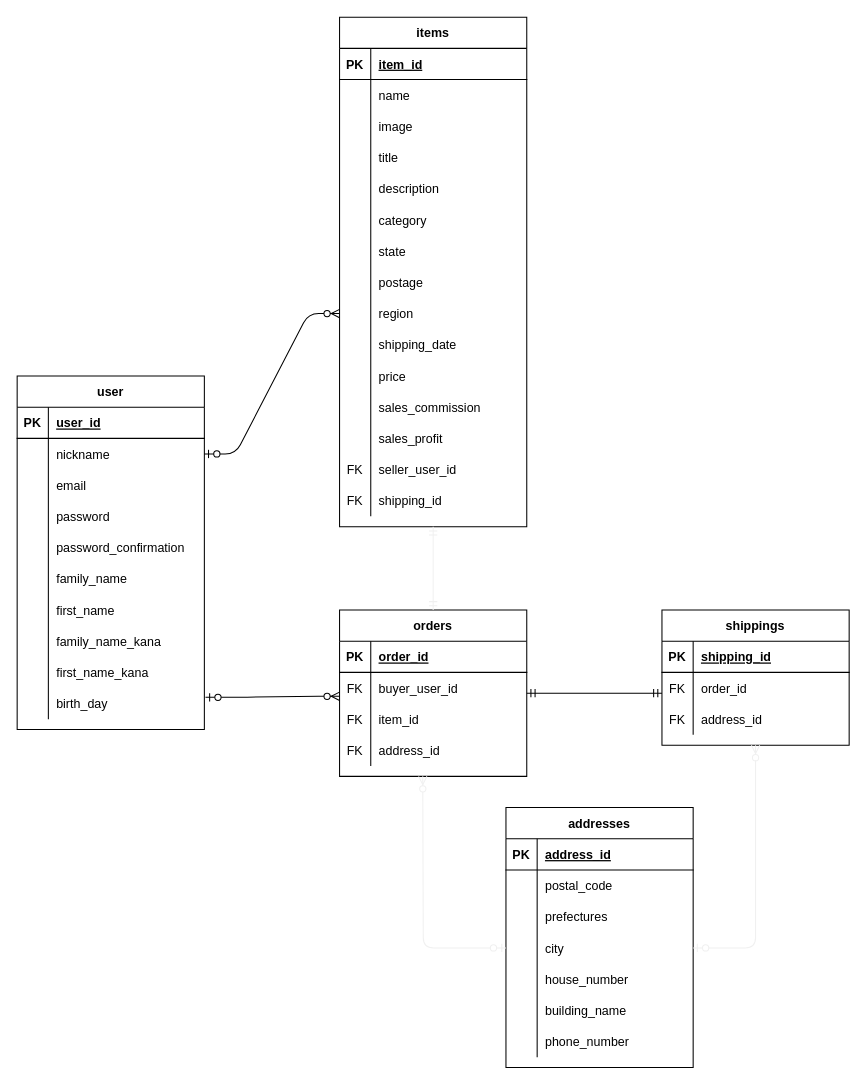
pyontarou/furima-34478 keeps this draw.io diagram as furima-3448.dio. Above is the earlier version. Source tidied: cells renumbered, new cells numbered last; positions are measured from the earlier drawing's top-left corner, leaving out a move shared by most shapes. Both pictures are drawn from the tidied source at 104%, with x=0, y=0 at pixel (17, 17).
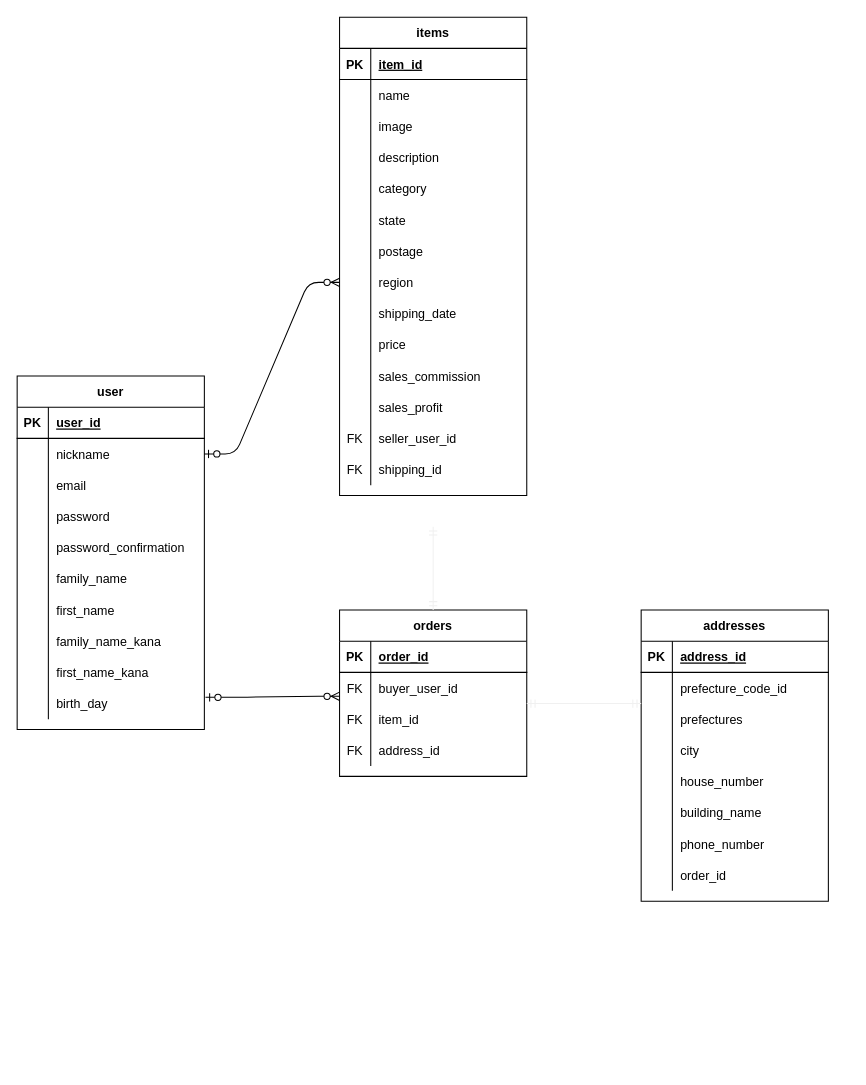
Above is the later version.

Commit message (it also covers changes not shown here):
データベース設計の修正_2

Unchanged cells that the change refers to:
```xml
<mxCell id="110" style="shape=partialRectangle;fillColor=none;top=0;left=0;bottom=0;right=0;" parent="106" vertex="1">
  <mxGeometry y="60" width="180" height="30" as="geometry" />
</mxCell>
<mxCell id="116" style="shape=partialRectangle;fillColor=none;top=0;left=0;bottom=0;right=0;points=[[0,0.5],[1,0.5]];portConstraint=eastwest;" parent="106" vertex="1">
  <mxGeometry y="120" width="180" height="30" as="geometry" />
</mxCell>
```

What changed in the source:
```diff
@@
     <mxCell id="46" value="items" style="shape=table;startSize=30;childLayout=tableLayout;rowLines=0;fontStyle=1;align=center;" parent="1" vertex="1">
-      <mxGeometry x="310" width="180" height="490" as="geometry" />
+      <mxGeometry x="310" width="180" height="460" as="geometry" />
     </mxCell>
@@
-    <mxCell id="56" style="shape=partialRectangle;fillColor=none;top=0;left=0;bottom=0;right=0;" parent="46" vertex="1">
-      <mxGeometry y="120" width="180" height="30" as="geometry" />
-    </mxCell>
-    <mxCell id="57" style="shape=partialRectangle;fillColor=none;top=0;left=0;bottom=0;right=0;overflow=hidden;" parent="56" vertex="1">
-      <mxGeometry width="30" height="30" as="geometry" />
-    </mxCell>
-    <mxCell id="58" value="title" style="shape=partialRectangle;fillColor=none;top=0;left=0;bottom=0;right=0;align=left;spacingLeft=6;overflow=hidden;" parent="56" vertex="1">
-      <mxGeometry x="30" width="150" height="30" as="geometry" />
-    </mxCell>
     <mxCell id="59" style="shape=partialRectangle;fillColor=none;top=0;left=0;bottom=0;right=0;" parent="46" vertex="1">
-      <mxGeometry y="150" width="180" height="30" as="geometry" />
+      <mxGeometry y="120" width="180" height="30" as="geometry" />
     </mxCell>
@@
     <mxCell id="62" style="shape=partialRectangle;fillColor=none;top=0;left=0;bottom=0;right=0;" parent="46" vertex="1">
-      <mxGeometry y="180" width="180" height="30" as="geometry" />
+      <mxGeometry y="150" width="180" height="30" as="geometry" />
     </mxCell>
@@
     <mxCell id="65" style="shape=partialRectangle;fillColor=none;top=0;left=0;bottom=0;right=0;" parent="46" vertex="1">
-      <mxGeometry y="210" width="180" height="30" as="geometry" />
+      <mxGeometry y="180" width="180" height="30" as="geometry" />
     </mxCell>
@@
     <mxCell id="68" style="shape=partialRectangle;fillColor=none;top=0;left=0;bottom=0;right=0;" parent="46" vertex="1">
-      <mxGeometry y="240" width="180" height="30" as="geometry" />
+      <mxGeometry y="210" width="180" height="30" as="geometry" />
     </mxCell>
@@
     <mxCell id="71" style="shape=partialRectangle;fillColor=none;top=0;left=0;bottom=0;right=0;points=[[0,0.5],[1,0.5]];portConstraint=eastwest;" parent="46" vertex="1">
-      <mxGeometry y="270" width="180" height="30" as="geometry" />
+      <mxGeometry y="240" width="180" height="30" as="geometry" />
     </mxCell>
@@
     <mxCell id="74" style="shape=partialRectangle;fillColor=none;top=0;left=0;bottom=0;right=0;" parent="46" vertex="1">
-      <mxGeometry y="300" width="180" height="30" as="geometry" />
+      <mxGeometry y="270" width="180" height="30" as="geometry" />
     </mxCell>
@@
     <mxCell id="77" style="shape=partialRectangle;fillColor=none;top=0;left=0;bottom=0;right=0;" parent="46" vertex="1">
-      <mxGeometry y="330" width="180" height="30" as="geometry" />
+      <mxGeometry y="300" width="180" height="30" as="geometry" />
     </mxCell>
@@
     <mxCell id="80" style="shape=partialRectangle;fillColor=none;top=0;left=0;bottom=0;right=0;" parent="46" vertex="1">
-      <mxGeometry y="360" width="180" height="30" as="geometry" />
+      <mxGeometry y="330" width="180" height="30" as="geometry" />
     </mxCell>
@@
     <mxCell id="83" style="shape=partialRectangle;fillColor=none;top=0;left=0;bottom=0;right=0;" parent="46" vertex="1">
-      <mxGeometry y="390" width="180" height="30" as="geometry" />
+      <mxGeometry y="360" width="180" height="30" as="geometry" />
     </mxCell>
@@
     <mxCell id="86" style="shape=partialRectangle;fillColor=none;top=0;left=0;bottom=0;right=0;" parent="46" vertex="1">
-      <mxGeometry y="420" width="180" height="30" as="geometry" />
+      <mxGeometry y="390" width="180" height="30" as="geometry" />
     </mxCell>
@@
     <mxCell id="89" style="shape=partialRectangle;fillColor=none;top=0;left=0;bottom=0;right=0;" parent="46" vertex="1">
-      <mxGeometry y="450" width="180" height="30" as="geometry" />
+      <mxGeometry y="420" width="180" height="30" as="geometry" />
     </mxCell>
@@
-    <mxCell id="92" value="shippings" style="shape=table;startSize=30;childLayout=tableLayout;rowLines=0;fontStyle=1;align=center;" parent="1" vertex="1">
-      <mxGeometry x="620" y="570" width="180" height="130" as="geometry" />
-    </mxCell>
-    <mxCell id="93" style="shape=partialRectangle;fillColor=none;top=0;left=0;bottom=1;right=0;" parent="92" vertex="1">
-      <mxGeometry y="30" width="180" height="30" as="geometry" />
-    </mxCell>
-    <mxCell id="94" value="PK" style="shape=partialRectangle;fillColor=none;top=0;left=0;bottom=0;right=0;fontStyle=1;overflow=hidden;" parent="93" vertex="1">
-      <mxGeometry width="30" height="30" as="geometry" />
-    </mxCell>
-    <mxCell id="95" value="shipping_id" style="shape=partialRectangle;fillColor=none;top=0;left=0;bottom=0;right=0;align=left;spacingLeft=6;fontStyle=5;overflow=hidden;" parent="93" vertex="1">
-      <mxGeometry x="30" width="150" height="30" as="geometry" />
-    </mxCell>
-    <mxCell id="96" style="shape=partialRectangle;fillColor=none;top=0;left=0;bottom=0;right=0;" parent="92" vertex="1">
-      <mxGeometry y="60" width="180" height="30" as="geometry" />
-    </mxCell>
-    <mxCell id="97" value="FK" style="shape=partialRectangle;fillColor=none;top=0;left=0;bottom=0;right=0;overflow=hidden;" parent="96" vertex="1">
-      <mxGeometry width="30" height="30" as="geometry" />
-    </mxCell>
-    <mxCell id="98" value="order_id" style="shape=partialRectangle;fillColor=none;top=0;left=0;bottom=0;right=0;align=left;spacingLeft=6;overflow=hidden;" parent="96" vertex="1">
-      <mxGeometry x="30" width="150" height="30" as="geometry" />
-    </mxCell>
-    <mxCell id="99" style="shape=partialRectangle;fillColor=none;top=0;left=0;bottom=0;right=0;" parent="92" vertex="1">
-      <mxGeometry y="90" width="180" height="30" as="geometry" />
-    </mxCell>
-    <mxCell id="100" value="FK" style="shape=partialRectangle;fillColor=none;top=0;left=0;bottom=0;right=0;overflow=hidden;" parent="99" vertex="1">
-      <mxGeometry width="30" height="30" as="geometry" />
-    </mxCell>
-    <mxCell id="101" value="address_id" style="shape=partialRectangle;fillColor=none;top=0;left=0;bottom=0;right=0;align=left;spacingLeft=6;overflow=hidden;" parent="99" vertex="1">
-      <mxGeometry x="30" width="150" height="30" as="geometry" />
-    </mxCell>
@@
-    <mxCell id="104" style="edgeStyle=entityRelationEdgeStyle;fontSize=12;html=1;endArrow=ERmandOne;startArrow=ERmandOne;entryX=0;entryY=0.5;entryDx=0;entryDy=0;exitX=1;exitY=0.5;exitDx=0;exitDy=0;" parent="1" edge="1">
-      <mxGeometry relative="1" as="geometry">
-        <mxPoint x="490" y="650" as="sourcePoint" />
-        <mxPoint x="620" y="650" as="targetPoint" />
-      </mxGeometry>
-    </mxCell>
@@
     <mxCell id="106" value="addresses" style="shape=table;startSize=30;childLayout=tableLayout;rowLines=0;fontStyle=1;align=center;" parent="1" vertex="1">
-      <mxGeometry x="470" y="760" width="180" height="250" as="geometry" />
+      <mxGeometry x="600" y="570" width="180" height="280" as="geometry" />
     </mxCell>
@@
-    <mxCell id="112" value="postal_code" style="shape=partialRectangle;fillColor=none;top=0;left=0;bottom=0;right=0;align=left;spacingLeft=6;overflow=hidden;" parent="110" vertex="1">
+    <mxCell id="112" value="prefecture_code_id" style="shape=partialRectangle;fillColor=none;top=0;left=0;bottom=0;right=0;align=left;spacingLeft=6;overflow=hidden;" parent="110" vertex="1">
       <mxGeometry x="30" width="150" height="30" as="geometry" />
     </mxCell>
@@
-    <mxCell id="128" style="edgeStyle=orthogonalEdgeStyle;fontSize=12;html=1;endArrow=ERzeroToMany;startArrow=ERzeroToOne;strokeColor=#f0f0f0;" parent="1" edge="1" source="116">
-      <mxGeometry relative="1" as="geometry">
-        <mxPoint x="390" y="730" as="targetPoint" />
-      </mxGeometry>
-    </mxCell>
-    <mxCell id="129" style="edgeStyle=orthogonalEdgeStyle;fontSize=12;html=1;endArrow=ERzeroToMany;startArrow=ERzeroToOne;strokeColor=#f0f0f0;entryX=0.5;entryY=1;entryDx=0;entryDy=0;exitX=1;exitY=0.5;exitDx=0;exitDy=0;" parent="1" edge="1" source="116" target="92">
-      <mxGeometry relative="1" as="geometry" />
-    </mxCell>
+    <mxCell id="130" style="shape=partialRectangle;fillColor=none;top=0;left=0;bottom=0;right=0;" parent="106" vertex="1">
+      <mxGeometry y="240" width="180" height="30" as="geometry" />
+    </mxCell>
+    <mxCell id="57" style="shape=partialRectangle;fillColor=none;top=0;left=0;bottom=0;right=0;overflow=hidden;" parent="130" vertex="1">
+      <mxGeometry width="30" height="30" as="geometry" />
+    </mxCell>
+    <mxCell id="98" value="order_id" style="shape=partialRectangle;fillColor=none;top=0;left=0;bottom=0;right=0;align=left;spacingLeft=6;overflow=hidden;" parent="130" vertex="1">
+      <mxGeometry x="30" width="150" height="30" as="geometry" />
+    </mxCell>
+    <mxCell id="131" style="fontSize=12;html=1;endArrow=ERmandOne;startArrow=ERmandOne;strokeColor=#f0f0f0;" parent="1" edge="1">
+      <mxGeometry relative="1" as="geometry">
+        <mxPoint x="490" y="660" as="sourcePoint" />
+        <mxPoint x="600" y="660" as="targetPoint" />
+      </mxGeometry>
+    </mxCell>
```
